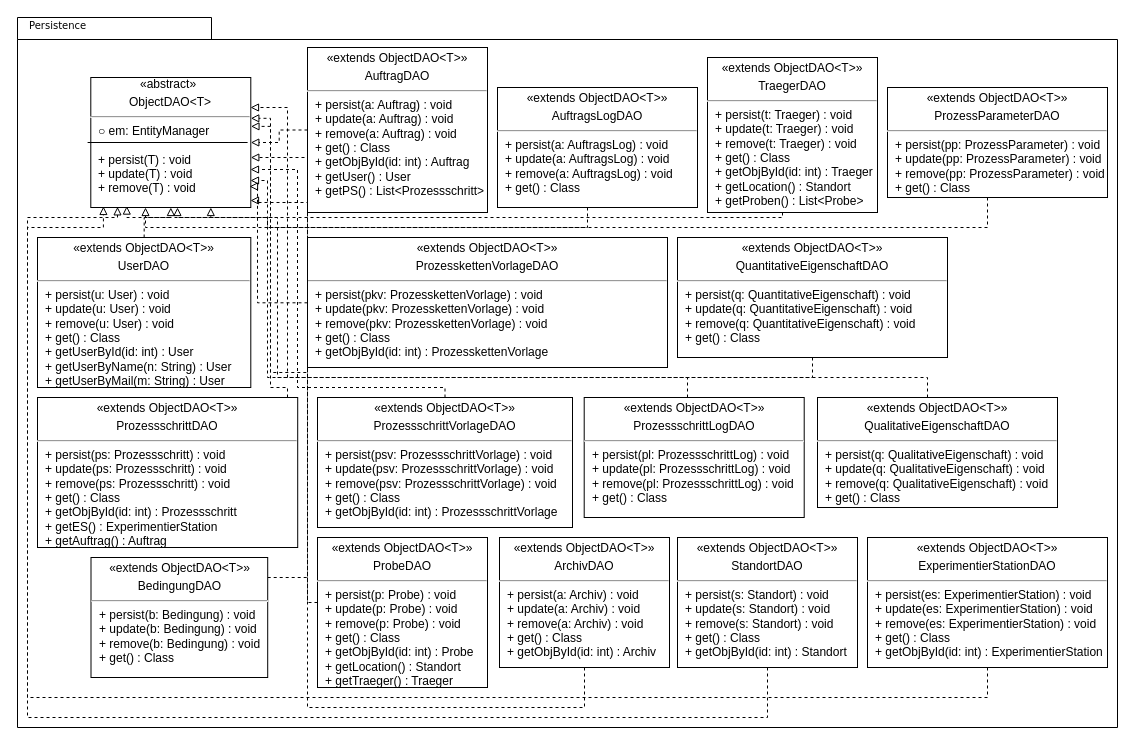
fkehlenb/softwareprojekt-2 keeps this draw.io diagram as doc/UML/Persistence.drawio. Above is the earlier version. Source tidied: cells renumbered, new cells numbered last; positions are measured from the earlier drawing's top-left corner, leaving out a move shared by most shapes. Both pictures are drawn from the tidied source at 100%, with x=0, y=0 at pixel (17, 17).
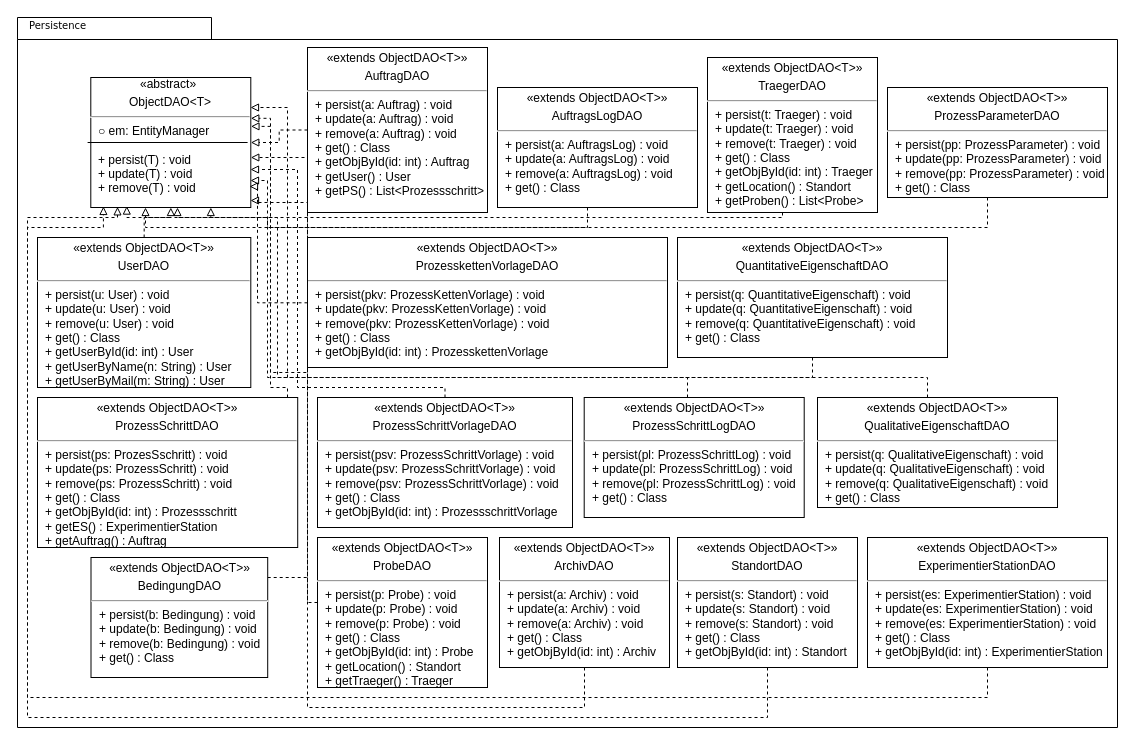
Above is the later version.

Change to the diagram source:
```diff
@@
-    <mxCell id="10" value="&lt;p style=&quot;margin: 4px 0px 0px ; text-align: center&quot;&gt;«extends ObjectDAO&amp;lt;T&amp;gt;»&lt;/p&gt;&lt;p style=&quot;margin: 4px 0px 0px ; text-align: center&quot;&gt;ProzesskettenVorlageDAO&lt;/p&gt;&lt;hr&gt;&lt;p style=&quot;margin: 0px ; margin-left: 8px&quot;&gt;&lt;span&gt;+ persist(pkv: ProzesskettenVorlage) : void&lt;/span&gt;&lt;br&gt;&lt;/p&gt;&lt;p style=&quot;margin: 0px ; margin-left: 8px&quot;&gt;+ update(pkv: ProzesskettenVorlage) : void&lt;/p&gt;&lt;p style=&quot;margin: 0px ; margin-left: 8px&quot;&gt;+ remove(pkv: ProzesskettenVorlage) : void&lt;/p&gt;&lt;p style=&quot;margin: 0px ; margin-left: 8px&quot;&gt;+ get() : Class&lt;/p&gt;&lt;p style=&quot;margin: 0px ; margin-left: 8px&quot;&gt;+ getObjById(id: int) : ProzesskettenVorlage&lt;/p&gt;&lt;p style=&quot;margin: 0px ; margin-left: 8px&quot;&gt;&lt;br&gt;&lt;/p&gt;" style="verticalAlign=top;align=left;overflow=fill;fontSize=12;fontFamily=Helvetica;html=1;" parent="1" vertex="1">
+    <mxCell id="10" value="&lt;p style=&quot;margin: 4px 0px 0px ; text-align: center&quot;&gt;«extends ObjectDAO&amp;lt;T&amp;gt;»&lt;/p&gt;&lt;p style=&quot;margin: 4px 0px 0px ; text-align: center&quot;&gt;ProzesskettenVorlageDAO&lt;/p&gt;&lt;hr&gt;&lt;p style=&quot;margin: 0px ; margin-left: 8px&quot;&gt;&lt;span&gt;+ persist(pkv: ProzessKettenVorlage) : void&lt;/span&gt;&lt;br&gt;&lt;/p&gt;&lt;p style=&quot;margin: 0px ; margin-left: 8px&quot;&gt;+ update(pkv: ProzessKettenVorlage) : void&lt;/p&gt;&lt;p style=&quot;margin: 0px ; margin-left: 8px&quot;&gt;+ remove(pkv: ProzessKettenVorlage) : void&lt;/p&gt;&lt;p style=&quot;margin: 0px ; margin-left: 8px&quot;&gt;+ get() : Class&lt;/p&gt;&lt;p style=&quot;margin: 0px ; margin-left: 8px&quot;&gt;+ getObjById(id: int) : ProzesskettenVorlage&lt;/p&gt;&lt;p style=&quot;margin: 0px ; margin-left: 8px&quot;&gt;&lt;br&gt;&lt;/p&gt;" style="verticalAlign=top;align=left;overflow=fill;fontSize=12;fontFamily=Helvetica;html=1;" parent="1" vertex="1">
       <mxGeometry x="290" y="220" width="360" height="130" as="geometry" />
     </mxCell>
@@
-    <mxCell id="12" value="&lt;p style=&quot;margin: 4px 0px 0px ; text-align: center&quot;&gt;«extends ObjectDAO&amp;lt;T&amp;gt;»&lt;/p&gt;&lt;p style=&quot;margin: 4px 0px 0px ; text-align: center&quot;&gt;ProzessschrittDAO&lt;/p&gt;&lt;hr&gt;&lt;p style=&quot;margin: 0px ; margin-left: 8px&quot;&gt;&lt;span&gt;+ persist(ps: Prozessschritt) : void&lt;/span&gt;&lt;br&gt;&lt;/p&gt;&lt;p style=&quot;margin: 0px ; margin-left: 8px&quot;&gt;+ update(ps: Prozessschritt) : void&lt;/p&gt;&lt;p style=&quot;margin: 0px ; margin-left: 8px&quot;&gt;+ remove(ps: Prozessschritt) : void&lt;/p&gt;&lt;p style=&quot;margin: 0px ; margin-left: 8px&quot;&gt;+ get() : Class&lt;/p&gt;&lt;p style=&quot;margin: 0px ; margin-left: 8px&quot;&gt;+ getObjById(id: int) : Prozessschritt&lt;/p&gt;&lt;p style=&quot;margin: 0px ; margin-left: 8px&quot;&gt;+ getES() : ExperimentierStation&lt;/p&gt;&lt;p style=&quot;margin: 0px ; margin-left: 8px&quot;&gt;+ getAuftrag() : Auftrag&lt;/p&gt;&lt;p style=&quot;margin: 0px ; margin-left: 8px&quot;&gt;&lt;br&gt;&lt;/p&gt;" style="verticalAlign=top;align=left;overflow=fill;fontSize=12;fontFamily=Helvetica;html=1;" parent="1" vertex="1">
+    <mxCell id="12" value="&lt;p style=&quot;margin: 4px 0px 0px ; text-align: center&quot;&gt;«extends ObjectDAO&amp;lt;T&amp;gt;»&lt;/p&gt;&lt;p style=&quot;margin: 4px 0px 0px ; text-align: center&quot;&gt;ProzessSchrittDAO&lt;/p&gt;&lt;hr&gt;&lt;p style=&quot;margin: 0px ; margin-left: 8px&quot;&gt;&lt;span&gt;+ persist(ps: ProzesSschritt) : void&lt;/span&gt;&lt;br&gt;&lt;/p&gt;&lt;p style=&quot;margin: 0px ; margin-left: 8px&quot;&gt;+ update(ps: ProzessSchritt) : void&lt;/p&gt;&lt;p style=&quot;margin: 0px ; margin-left: 8px&quot;&gt;+ remove(ps: ProzessSchritt) : void&lt;/p&gt;&lt;p style=&quot;margin: 0px ; margin-left: 8px&quot;&gt;+ get() : Class&lt;/p&gt;&lt;p style=&quot;margin: 0px ; margin-left: 8px&quot;&gt;+ getObjById(id: int) : Prozessschritt&lt;/p&gt;&lt;p style=&quot;margin: 0px ; margin-left: 8px&quot;&gt;+ getES() : ExperimentierStation&lt;/p&gt;&lt;p style=&quot;margin: 0px ; margin-left: 8px&quot;&gt;+ getAuftrag() : Auftrag&lt;/p&gt;&lt;p style=&quot;margin: 0px ; margin-left: 8px&quot;&gt;&lt;br&gt;&lt;/p&gt;" style="verticalAlign=top;align=left;overflow=fill;fontSize=12;fontFamily=Helvetica;html=1;" parent="1" vertex="1">
       <mxGeometry x="20" y="380" width="260.2" height="150" as="geometry" />
     </mxCell>
@@
-    <mxCell id="14" value="&lt;p style=&quot;margin: 4px 0px 0px ; text-align: center&quot;&gt;«extends ObjectDAO&amp;lt;T&amp;gt;»&lt;/p&gt;&lt;p style=&quot;margin: 4px 0px 0px ; text-align: center&quot;&gt;ProzessschrittVorlageDAO&lt;/p&gt;&lt;hr&gt;&lt;p style=&quot;margin: 0px ; margin-left: 8px&quot;&gt;&lt;span&gt;+ persist(psv: ProzessschrittVorlage) : void&lt;/span&gt;&lt;br&gt;&lt;/p&gt;&lt;p style=&quot;margin: 0px ; margin-left: 8px&quot;&gt;+ update(psv: ProzessschrittVorlage) : void&lt;/p&gt;&lt;p style=&quot;margin: 0px ; margin-left: 8px&quot;&gt;+ remove(psv: ProzessschrittVorlage) : void&lt;/p&gt;&lt;p style=&quot;margin: 0px ; margin-left: 8px&quot;&gt;+ get() : Class&lt;/p&gt;&lt;p style=&quot;margin: 0px ; margin-left: 8px&quot;&gt;+ getObjById(id: int) : ProzessschrittVorlage&lt;/p&gt;&lt;p style=&quot;margin: 0px ; margin-left: 8px&quot;&gt;&lt;br&gt;&lt;/p&gt;" style="verticalAlign=top;align=left;overflow=fill;fontSize=12;fontFamily=Helvetica;html=1;" parent="1" vertex="1">
+    <mxCell id="14" value="&lt;p style=&quot;margin: 4px 0px 0px ; text-align: center&quot;&gt;«extends ObjectDAO&amp;lt;T&amp;gt;»&lt;/p&gt;&lt;p style=&quot;margin: 4px 0px 0px ; text-align: center&quot;&gt;ProzessSchrittVorlageDAO&lt;/p&gt;&lt;hr&gt;&lt;p style=&quot;margin: 0px ; margin-left: 8px&quot;&gt;&lt;span&gt;+ persist(psv: ProzessSchrittVorlage) : void&lt;/span&gt;&lt;br&gt;&lt;/p&gt;&lt;p style=&quot;margin: 0px ; margin-left: 8px&quot;&gt;+ update(psv: ProzessSchrittVorlage) : void&lt;/p&gt;&lt;p style=&quot;margin: 0px ; margin-left: 8px&quot;&gt;+ remove(psv: ProzessSchrittVorlage) : void&lt;/p&gt;&lt;p style=&quot;margin: 0px ; margin-left: 8px&quot;&gt;+ get() : Class&lt;/p&gt;&lt;p style=&quot;margin: 0px ; margin-left: 8px&quot;&gt;+ getObjById(id: int) : ProzessschrittVorlage&lt;/p&gt;&lt;p style=&quot;margin: 0px ; margin-left: 8px&quot;&gt;&lt;br&gt;&lt;/p&gt;" style="verticalAlign=top;align=left;overflow=fill;fontSize=12;fontFamily=Helvetica;html=1;" parent="1" vertex="1">
       <mxGeometry x="300" y="380" width="255" height="130" as="geometry" />
     </mxCell>
@@
-    <mxCell id="21" value="&lt;p style=&quot;margin: 4px 0px 0px ; text-align: center&quot;&gt;«extends ObjectDAO&amp;lt;T&amp;gt;»&lt;/p&gt;&lt;p style=&quot;margin: 4px 0px 0px ; text-align: center&quot;&gt;ProzessschrittLogDAO&lt;/p&gt;&lt;hr&gt;&lt;p style=&quot;margin: 0px ; margin-left: 8px&quot;&gt;&lt;span&gt;+ persist(pl: ProzessschrittLog) : void&lt;/span&gt;&lt;br&gt;&lt;/p&gt;&lt;p style=&quot;margin: 0px ; margin-left: 8px&quot;&gt;+ update(pl: ProzessschrittLog) : void&lt;/p&gt;&lt;p style=&quot;margin: 0px ; margin-left: 8px&quot;&gt;+ remove(pl: ProzessschrittLog) : void&lt;/p&gt;&lt;p style=&quot;margin: 0px ; margin-left: 8px&quot;&gt;+ get() : Class&lt;/p&gt;&lt;p style=&quot;margin: 0px ; margin-left: 8px&quot;&gt;&lt;br&gt;&lt;/p&gt;" style="verticalAlign=top;align=left;overflow=fill;fontSize=12;fontFamily=Helvetica;html=1;" parent="1" vertex="1">
+    <mxCell id="21" value="&lt;p style=&quot;margin: 4px 0px 0px ; text-align: center&quot;&gt;«extends ObjectDAO&amp;lt;T&amp;gt;»&lt;/p&gt;&lt;p style=&quot;margin: 4px 0px 0px ; text-align: center&quot;&gt;ProzessSchrittLogDAO&lt;/p&gt;&lt;hr&gt;&lt;p style=&quot;margin: 0px ; margin-left: 8px&quot;&gt;&lt;span&gt;+ persist(pl: ProzessSchrittLog) : void&lt;/span&gt;&lt;br&gt;&lt;/p&gt;&lt;p style=&quot;margin: 0px ; margin-left: 8px&quot;&gt;+ update(pl: ProzessSchrittLog) : void&lt;/p&gt;&lt;p style=&quot;margin: 0px ; margin-left: 8px&quot;&gt;+ remove(pl: ProzessSchrittLog) : void&lt;/p&gt;&lt;p style=&quot;margin: 0px ; margin-left: 8px&quot;&gt;+ get() : Class&lt;/p&gt;&lt;p style=&quot;margin: 0px ; margin-left: 8px&quot;&gt;&lt;br&gt;&lt;/p&gt;" style="verticalAlign=top;align=left;overflow=fill;fontSize=12;fontFamily=Helvetica;html=1;" parent="1" vertex="1">
       <mxGeometry x="566.7" y="380" width="220" height="120" as="geometry" />
     </mxCell>
```
